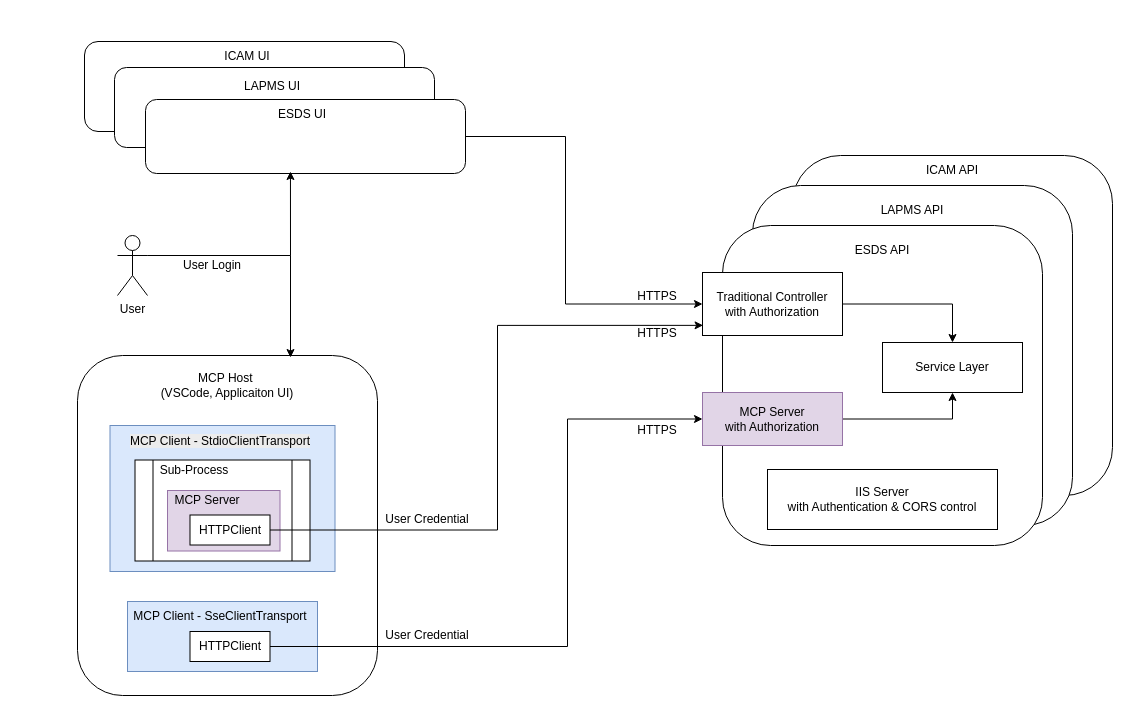
Earlier version of the draw.io diagram images/mcp.drawio (leungkimming/MPCAuthen). Source tidied: cells renumbered, new cells numbered last; positions are measured from the earlier drawing's top-left corner, leaving out a move shared by most shapes. Both pictures are drawn from the tidied source at 100%, with x=0, y=0 at pixel (77, 41).
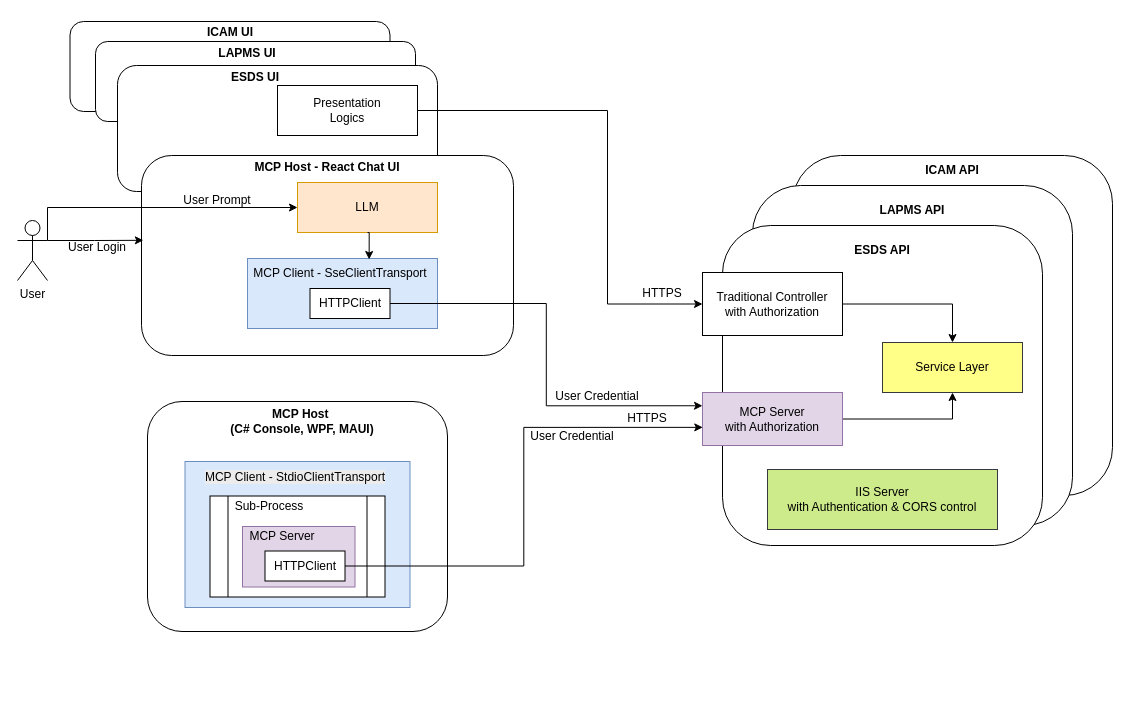
After the change.

The change refers to these unchanged cells:
```xml
<mxCell id="13" value="Traditional&amp;nbsp;&lt;span style=&quot;background-color: transparent; color: light-dark(rgb(0, 0, 0), rgb(255, 255, 255));&quot;&gt;Controller&lt;/span&gt;&lt;div&gt;&lt;span style=&quot;background-color: transparent; color: light-dark(rgb(0, 0, 0), rgb(255, 255, 255));&quot;&gt;with Authorization&lt;/span&gt;&lt;/div&gt;" style="rounded=0;whiteSpace=wrap;html=1;" parent="1" vertex="1">
  <mxGeometry x="625" y="231" width="140" height="63" as="geometry" />
</mxCell>
<mxCell id="15" value="MCP Server&lt;div&gt;with Authorization&lt;/div&gt;" style="rounded=0;whiteSpace=wrap;html=1;fillColor=#e1d5e7;strokeColor=#9673a6;" parent="1" vertex="1">
  <mxGeometry x="625" y="351" width="140" height="53" as="geometry" />
</mxCell>
```

What changed in the source:
```diff
@@
     <mxCell id="2" style="rounded=1;whiteSpace=wrap;html=1;" parent="1" vertex="1">
-      <mxGeometry y="314" width="300" height="340" as="geometry" />
+      <mxGeometry x="70" y="360" width="300" height="230" as="geometry" />
     </mxCell>
-    <mxCell id="3" value="MCP Host&amp;nbsp;&lt;div&gt;(VSCode, Applicaiton UI)&lt;/div&gt;" style="text;html=1;align=center;verticalAlign=middle;whiteSpace=wrap;rounded=0;" parent="1" vertex="1">
-      <mxGeometry x="70" y="324" width="160" height="40" as="geometry" />
-    </mxCell>
-    <mxCell id="4" style="rounded=0;whiteSpace=wrap;html=1;fillColor=#dae8fc;strokeColor=#6c8ebf;" parent="1" vertex="1">
-      <mxGeometry x="50" y="560" width="190" height="70" as="geometry" />
-    </mxCell>
-    <mxCell id="5" style="edgeStyle=orthogonalEdgeStyle;rounded=0;jettySize=auto;html=1;exitX=1;exitY=0.5;exitDx=0;exitDy=0;entryX=0;entryY=0.5;entryDx=0;entryDy=0;" parent="1" edge="1" source="43" target="15">
-      <mxGeometry relative="1" as="geometry">
-        <Array as="points">
-          <mxPoint x="490" y="605" />
-          <mxPoint x="490" y="378" />
-        </Array>
-      </mxGeometry>
-    </mxCell>
@@
-    <mxCell id="9" value="ESDS API" style="text;html=1;align=center;verticalAlign=middle;whiteSpace=wrap;rounded=0;" parent="1" vertex="1">
+    <mxCell id="9" value="ESDS API" style="text;html=1;align=center;verticalAlign=middle;whiteSpace=wrap;rounded=0;fontStyle=1;" parent="1" vertex="1">
       <mxGeometry x="736.2" y="194" width="137.5" height="30" as="geometry" />
     </mxCell>
-    <mxCell id="10" value="ICAM API" style="text;html=1;align=center;verticalAlign=middle;whiteSpace=wrap;rounded=0;" parent="1" vertex="1">
+    <mxCell id="10" value="ICAM API" style="text;html=1;align=center;verticalAlign=middle;whiteSpace=wrap;rounded=0;fontStyle=1;" parent="1" vertex="1">
       <mxGeometry x="815" y="114" width="120" height="30" as="geometry" />
     </mxCell>
-    <mxCell id="11" value="LAPMS API" style="text;html=1;align=center;verticalAlign=middle;whiteSpace=wrap;rounded=0;" parent="1" vertex="1">
+    <mxCell id="11" value="LAPMS API" style="text;html=1;align=center;verticalAlign=middle;whiteSpace=wrap;rounded=0;fontStyle=1;" parent="1" vertex="1">
       <mxGeometry x="775" y="154" width="120" height="30" as="geometry" />
     </mxCell>
@@
-    <mxCell id="16" value="Service Layer" style="rounded=0;whiteSpace=wrap;html=1;" parent="1" vertex="1">
+    <mxCell id="16" value="Service Layer" style="rounded=0;whiteSpace=wrap;html=1;fillColor=#ffff88;strokeColor=#36393d;" parent="1" vertex="1">
       <mxGeometry x="805" y="301" width="140" height="50" as="geometry" />
     </mxCell>
-    <mxCell id="17" value="IIS Server&lt;div&gt;with Authentication&amp;nbsp;&lt;span style=&quot;background-color: transparent; color: light-dark(rgb(0, 0, 0), rgb(255, 255, 255));&quot;&gt;&amp;amp; CORS control&lt;/span&gt;&lt;/div&gt;" style="rounded=0;whiteSpace=wrap;html=1;" parent="1" vertex="1">
+    <mxCell id="17" value="IIS Server&lt;div&gt;with Authentication&amp;nbsp;&lt;span style=&quot;background-color: transparent; color: light-dark(rgb(0, 0, 0), rgb(255, 255, 255));&quot;&gt;&amp;amp; CORS control&lt;/span&gt;&lt;/div&gt;" style="rounded=0;whiteSpace=wrap;html=1;fillColor=#cdeb8b;strokeColor=#36393d;" parent="1" vertex="1">
       <mxGeometry x="690" y="428" width="230" height="60" as="geometry" />
     </mxCell>
     <mxCell id="18" style="rounded=1;whiteSpace=wrap;html=1;" parent="1" vertex="1">
-      <mxGeometry x="7" width="320" height="90" as="geometry" />
+      <mxGeometry x="-7.5" y="-20" width="320" height="90" as="geometry" />
     </mxCell>
     <mxCell id="19" style="rounded=1;whiteSpace=wrap;html=1;" parent="1" vertex="1">
-      <mxGeometry x="37" y="26" width="320" height="80" as="geometry" />
+      <mxGeometry x="18" width="320" height="80" as="geometry" />
     </mxCell>
-    <mxCell id="20" style="edgeStyle=orthogonalEdgeStyle;rounded=0;jettySize=auto;html=1;exitX=1;exitY=0.5;exitDx=0;exitDy=0;entryX=0;entryY=0.5;entryDx=0;entryDy=0;" parent="1" edge="1" source="21" target="13">
-      <mxGeometry relative="1" as="geometry">
-        <Array as="points">
-          <mxPoint x="488" y="95" />
-          <mxPoint x="488" y="263" />
-        </Array>
-      </mxGeometry>
-    </mxCell>
-    <mxCell id="21" style="rounded=1;whiteSpace=wrap;html=1;" parent="1" vertex="1">
-      <mxGeometry x="68" y="58" width="320" height="74" as="geometry" />
-    </mxCell>
-    <mxCell id="22" value="ESDS UI" style="text;html=1;align=center;verticalAlign=middle;whiteSpace=wrap;rounded=0;" parent="1" vertex="1">
-      <mxGeometry x="156.2" y="58" width="137.5" height="30" as="geometry" />
-    </mxCell>
-    <mxCell id="23" value="ICAM UI" style="text;html=1;align=center;verticalAlign=middle;whiteSpace=wrap;rounded=0;" parent="1" vertex="1">
-      <mxGeometry x="110" width="120" height="30" as="geometry" />
+    <mxCell id="23" value="ICAM UI" style="text;html=1;align=center;verticalAlign=middle;whiteSpace=wrap;rounded=0;fontStyle=1;" parent="1" vertex="1">
+      <mxGeometry x="92.5" y="-24" width="120" height="30" as="geometry" />
     </mxCell>
-    <mxCell id="24" value="LAPMS UI" style="text;html=1;align=center;verticalAlign=middle;whiteSpace=wrap;rounded=0;" parent="1" vertex="1">
-      <mxGeometry x="135" y="30" width="120" height="30" as="geometry" />
+    <mxCell id="24" value="LAPMS UI" style="text;html=1;align=center;verticalAlign=middle;whiteSpace=wrap;rounded=0;fontStyle=1;" parent="1" vertex="1">
+      <mxGeometry x="110" y="-3" width="120" height="30" as="geometry" />
     </mxCell>
-    <mxCell id="25" value="HTTPS" style="text;html=1;align=center;verticalAlign=middle;whiteSpace=wrap;rounded=0;" parent="1" vertex="1">
-      <mxGeometry x="540" y="277" width="80" height="30" as="geometry" />
-    </mxCell>
     <mxCell id="26" value="HTTPS" style="text;html=1;align=center;verticalAlign=middle;whiteSpace=wrap;rounded=0;" parent="1" vertex="1">
-      <mxGeometry x="540" y="374" width="80" height="30" as="geometry" />
+      <mxGeometry x="530" y="361.5" width="80" height="30" as="geometry" />
     </mxCell>
     <mxCell id="27" value="HTTPS" style="text;html=1;align=center;verticalAlign=middle;whiteSpace=wrap;rounded=0;" parent="1" vertex="1">
-      <mxGeometry x="540" y="240" width="80" height="30" as="geometry" />
+      <mxGeometry x="545" y="237" width="80" height="30" as="geometry" />
     </mxCell>
     <mxCell id="28" value="User Credential" style="text;html=1;align=center;verticalAlign=middle;whiteSpace=wrap;rounded=0;" parent="1" vertex="1">
-      <mxGeometry x="300" y="463" width="100" height="30" as="geometry" />
+      <mxGeometry x="445" y="380" width="100" height="30" as="geometry" />
     </mxCell>
-    <mxCell id="29" value="User Credential" style="text;html=1;align=center;verticalAlign=middle;whiteSpace=wrap;rounded=0;" parent="1" vertex="1">
-      <mxGeometry x="300" y="579" width="100" height="30" as="geometry" />
-    </mxCell>
-    <mxCell id="30" style="edgeStyle=orthogonalEdgeStyle;rounded=0;jettySize=auto;html=1;exitX=1;exitY=0.3333333333333333;exitDx=0;exitDy=0;exitPerimeter=0;entryX=0.71;entryY=0.006;entryDx=0;entryDy=0;entryPerimeter=0;" parent="1" edge="1" source="31" target="2">
-      <mxGeometry relative="1" as="geometry" />
-    </mxCell>
     <mxCell id="31" value="User" style="shape=umlActor;verticalLabelPosition=bottom;verticalAlign=top;html=1;outlineConnect=0;" parent="1" vertex="1">
-      <mxGeometry x="40" y="194" width="30" height="60" as="geometry" />
+      <mxGeometry x="-60" y="179" width="30" height="60" as="geometry" />
     </mxCell>
+    <mxCell id="33" value="User Login" style="text;html=1;align=center;verticalAlign=middle;whiteSpace=wrap;rounded=0;" parent="1" vertex="1">
+      <mxGeometry x="-30" y="191" width="100" height="30" as="geometry" />
+    </mxCell>
+    <mxCell id="44" style="rounded=1;whiteSpace=wrap;html=1;" parent="1" vertex="1">
+      <mxGeometry x="40" y="24" width="320" height="126" as="geometry" />
+    </mxCell>
+    <mxCell id="22" value="ESDS UI" style="text;html=1;align=center;verticalAlign=middle;whiteSpace=wrap;rounded=0;fontStyle=1;" parent="1" vertex="1">
+      <mxGeometry x="109.2" y="21" width="137.5" height="30" as="geometry" />
+    </mxCell>
+    <mxCell id="45" style="edgeStyle=orthogonalEdgeStyle;rounded=0;jettySize=auto;html=1;exitX=1;exitY=0.5;exitDx=0;exitDy=0;entryX=0;entryY=0.5;entryDx=0;entryDy=0;" parent="1" edge="1" source="46" target="13">
+      <mxGeometry relative="1" as="geometry">
+        <Array as="points">
+          <mxPoint x="530" y="69" />
+          <mxPoint x="530" y="263" />
+        </Array>
+      </mxGeometry>
+    </mxCell>
+    <mxCell id="46" value="Presentation&lt;div&gt;Logics&lt;/div&gt;" style="rounded=0;whiteSpace=wrap;html=1;" parent="1" vertex="1">
+      <mxGeometry x="200" y="44" width="140" height="50" as="geometry" />
+    </mxCell>
+    <mxCell id="21" style="rounded=1;whiteSpace=wrap;html=1;" parent="1" vertex="1">
+      <mxGeometry x="64" y="114" width="372" height="200" as="geometry" />
+    </mxCell>
+    <mxCell id="4" style="rounded=0;whiteSpace=wrap;html=1;fillColor=#dae8fc;strokeColor=#6c8ebf;" parent="1" vertex="1">
+      <mxGeometry x="170" y="217" width="190" height="70" as="geometry" />
+    </mxCell>
+    <mxCell id="42" value="MCP Client -&amp;nbsp;&lt;span style=&quot;background-color: transparent; color: light-dark(rgb(0, 0, 0), rgb(255, 255, 255));&quot;&gt;SseClientTransport&lt;/span&gt;" style="text;html=1;align=center;verticalAlign=middle;whiteSpace=wrap;rounded=0;" parent="1" vertex="1">
+      <mxGeometry x="172.5" y="217" width="180" height="30" as="geometry" />
+    </mxCell>
+    <mxCell id="5" style="edgeStyle=orthogonalEdgeStyle;rounded=0;jettySize=auto;html=1;exitX=1;exitY=0.5;exitDx=0;exitDy=0;entryX=0;entryY=0.25;entryDx=0;entryDy=0;" parent="1" edge="1" source="43" target="15">
+      <mxGeometry relative="1" as="geometry" />
+    </mxCell>
+    <mxCell id="43" value="HTTPClient" style="rounded=0;whiteSpace=wrap;html=1;" parent="1" vertex="1">
+      <mxGeometry x="232.5" y="247" width="80" height="30" as="geometry" />
+    </mxCell>
+    <mxCell id="47" value="LLM" style="rounded=0;whiteSpace=wrap;html=1;fillColor=#ffe6cc;strokeColor=#d79b00;" parent="1" vertex="1">
+      <mxGeometry x="220" y="141" width="140" height="50" as="geometry" />
+    </mxCell>
-    <mxCell id="32" style="edgeStyle=orthogonalEdgeStyle;rounded=0;jettySize=auto;html=1;exitX=1;exitY=0.3333333333333333;exitDx=0;exitDy=0;exitPerimeter=0;entryX=0.453;entryY=0.973;entryDx=0;entryDy=0;entryPerimeter=0;" parent="1" edge="1" source="31" target="21">
+    <mxCell id="32" style="edgeStyle=orthogonalEdgeStyle;rounded=0;jettySize=auto;html=1;exitX=1;exitY=0.3333333333333333;exitDx=0;exitDy=0;exitPerimeter=0;entryX=0.005;entryY=0.424;entryDx=0;entryDy=0;entryPerimeter=0;" parent="1" edge="1" source="31" target="21">
       <mxGeometry relative="1" as="geometry" />
     </mxCell>
-    <mxCell id="33" value="User Login" style="text;html=1;align=center;verticalAlign=middle;whiteSpace=wrap;rounded=0;" parent="1" vertex="1">
-      <mxGeometry x="85" y="209" width="100" height="30" as="geometry" />
-    </mxCell>
+    <mxCell id="48" style="edgeStyle=orthogonalEdgeStyle;rounded=0;jettySize=auto;html=1;exitX=1;exitY=0.3333333333333333;exitDx=0;exitDy=0;exitPerimeter=0;entryX=0;entryY=0.5;entryDx=0;entryDy=0;" parent="1" edge="1" source="31" target="47">
+      <mxGeometry relative="1" as="geometry">
+        <Array as="points">
+          <mxPoint x="-30" y="166" />
+        </Array>
+      </mxGeometry>
+    </mxCell>
+    <mxCell id="49" value="User Prompt" style="text;html=1;align=center;verticalAlign=middle;whiteSpace=wrap;rounded=0;" parent="1" vertex="1">
+      <mxGeometry x="90" y="144" width="100" height="30" as="geometry" />
+    </mxCell>
+    <mxCell id="50" style="edgeStyle=orthogonalEdgeStyle;rounded=0;jettySize=auto;html=1;exitX=0.5;exitY=1;exitDx=0;exitDy=0;entryX=0.662;entryY=0.033;entryDx=0;entryDy=0;entryPerimeter=0;" parent="1" edge="1" source="47" target="42">
+      <mxGeometry relative="1" as="geometry" />
+    </mxCell>
+    <mxCell id="3" value="MCP Host&amp;nbsp;&lt;div&gt;(C# Console, WPF, MAUI)&lt;/div&gt;" style="text;html=1;align=center;verticalAlign=middle;whiteSpace=wrap;rounded=0;fontStyle=1;" parent="1" vertex="1">
+      <mxGeometry x="145" y="360" width="160" height="40" as="geometry" />
+    </mxCell>
     <mxCell id="34" style="rounded=0;whiteSpace=wrap;html=1;labelBackgroundColor=none;fillColor=#dae8fc;strokeColor=#6c8ebf;" parent="1" vertex="1">
-      <mxGeometry x="32.5" y="384" width="225" height="146" as="geometry" />
+      <mxGeometry x="107.5" y="420" width="225" height="146" as="geometry" />
     </mxCell>
     <mxCell id="35" value="&lt;span style=&quot;color: rgb(0, 0, 0); font-family: Helvetica; font-size: 12px; font-style: normal; font-variant-ligatures: normal; font-variant-caps: normal; font-weight: 400; letter-spacing: normal; orphans: 2; text-align: center; text-indent: 0px; text-transform: none; widows: 2; word-spacing: 0px; -webkit-text-stroke-width: 0px; white-space: normal; background-color: rgb(236, 236, 236); text-decoration-thickness: initial; text-decoration-style: initial; text-decoration-color: initial; float: none; display: inline !important;&quot;&gt;MCP Client -&amp;nbsp;&lt;/span&gt;&lt;span style=&quot;background-color: light-dark(rgb(236, 236, 236), rgb(34, 34, 34)); color: light-dark(rgb(0, 0, 0), rgb(237, 237, 237));&quot;&gt;StdioClientTransport&lt;/span&gt;" style="text;html=1;align=center;verticalAlign=middle;whiteSpace=wrap;rounded=0;" parent="1" vertex="1">
-      <mxGeometry x="37.5" y="380" width="210" height="40" as="geometry" />
+      <mxGeometry x="112.5" y="416" width="210" height="40" as="geometry" />
     </mxCell>
     <mxCell id="36" style="shape=process;whiteSpace=wrap;html=1;backgroundOutline=1;" parent="1" vertex="1">
-      <mxGeometry x="57.5" y="418.5" width="175" height="101" as="geometry" />
+      <mxGeometry x="132.5" y="454.5" width="175" height="101" as="geometry" />
     </mxCell>
     <mxCell id="37" value="Sub-Process" style="text;html=1;align=center;verticalAlign=middle;whiteSpace=wrap;rounded=0;" parent="1" vertex="1">
-      <mxGeometry x="76.5" y="413.5" width="80" height="30" as="geometry" />
+      <mxGeometry x="151.5" y="449.5" width="80" height="30" as="geometry" />
     </mxCell>
     <mxCell id="38" style="rounded=0;whiteSpace=wrap;html=1;fillColor=#e1d5e7;strokeColor=#9673a6;" parent="1" vertex="1">
-      <mxGeometry x="90" y="449" width="112.5" height="60.5" as="geometry" />
+      <mxGeometry x="165" y="485" width="112.5" height="60.5" as="geometry" />
     </mxCell>
-    <mxCell id="39" style="edgeStyle=orthogonalEdgeStyle;rounded=0;jettySize=auto;html=1;exitX=1;exitY=0.5;exitDx=0;exitDy=0;entryX=0.004;entryY=0.839;entryDx=0;entryDy=0;entryPerimeter=0;" parent="1" edge="1" target="13">
-      <mxGeometry relative="1" as="geometry">
-        <mxPoint x="192.5" y="488.5" as="sourcePoint" />
-        <Array as="points">
-          <mxPoint x="420" y="489" />
-          <mxPoint x="420" y="284" />
-        </Array>
-      </mxGeometry>
-    </mxCell>
     <mxCell id="40" value="HTTPClient" style="rounded=0;whiteSpace=wrap;html=1;" parent="1" vertex="1">
-      <mxGeometry x="112.5" y="473.5" width="80" height="30" as="geometry" />
+      <mxGeometry x="187.5" y="509.5" width="80" height="30" as="geometry" />
     </mxCell>
     <mxCell id="41" value="MCP Server" style="text;html=1;align=center;verticalAlign=middle;whiteSpace=wrap;rounded=0;" parent="1" vertex="1">
-      <mxGeometry x="90" y="443.5" width="80" height="30" as="geometry" />
+      <mxGeometry x="165" y="479.5" width="80" height="30" as="geometry" />
     </mxCell>
-    <mxCell id="42" value="MCP Client -&amp;nbsp;&lt;span style=&quot;background-color: transparent; color: light-dark(rgb(0, 0, 0), rgb(255, 255, 255));&quot;&gt;SseClientTransport&lt;/span&gt;" style="text;html=1;align=center;verticalAlign=middle;whiteSpace=wrap;rounded=0;" parent="1" vertex="1">
-      <mxGeometry x="52.5" y="560" width="180" height="30" as="geometry" />
-    </mxCell>
-    <mxCell id="43" value="HTTPClient" style="rounded=0;whiteSpace=wrap;html=1;" parent="1" vertex="1">
-      <mxGeometry x="112.5" y="590" width="80" height="30" as="geometry" />
-    </mxCell>
+    <mxCell id="51" value="MCP Host - React Chat UI" style="text;html=1;align=center;verticalAlign=middle;whiteSpace=wrap;rounded=0;fontStyle=1;" parent="1" vertex="1">
+      <mxGeometry x="175" y="111" width="150" height="30" as="geometry" />
+    </mxCell>
+    <mxCell id="52" style="edgeStyle=orthogonalEdgeStyle;rounded=0;jettySize=auto;html=1;exitX=1;exitY=0.5;exitDx=0;exitDy=0;entryX=0.002;entryY=0.658;entryDx=0;entryDy=0;entryPerimeter=0;" parent="1" edge="1" source="40" target="15">
+      <mxGeometry relative="1" as="geometry" />
+    </mxCell>
+    <mxCell id="29" value="User Credential" style="text;html=1;align=center;verticalAlign=middle;whiteSpace=wrap;rounded=0;" parent="1" vertex="1">
+      <mxGeometry x="470" y="340" width="100" height="30" as="geometry" />
+    </mxCell>
```
